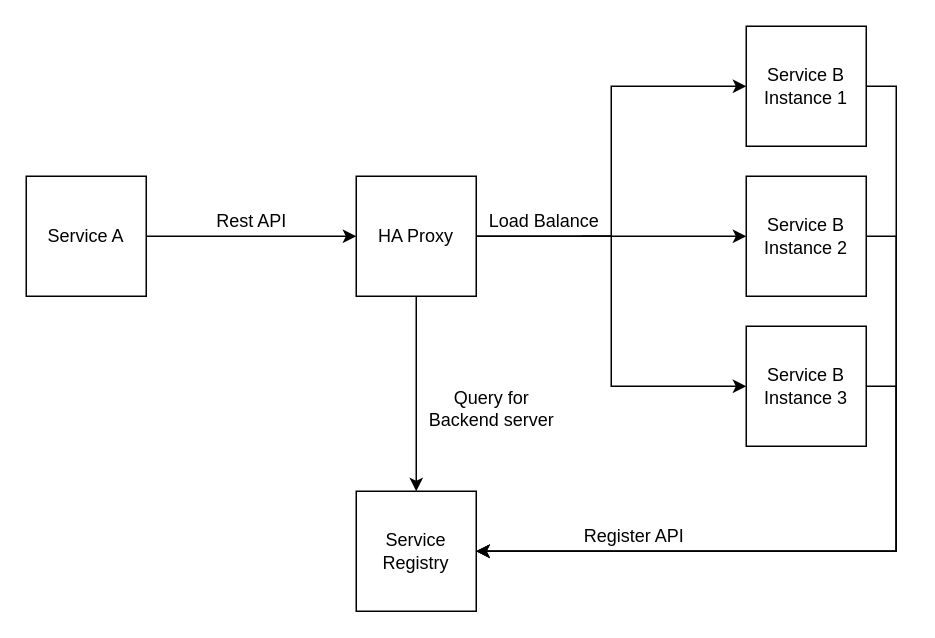
Before: Untitled Diagram.drawio in virendarkmr/diagram, a draw.io diagram. Source tidied: cells renumbered, new cells numbered last; positions are measured from the earlier drawing's top-left corner, leaving out a move shared by most shapes. Both pictures are drawn from the tidied source at 150%, with x=0, y=0 at pixel (26, 26).
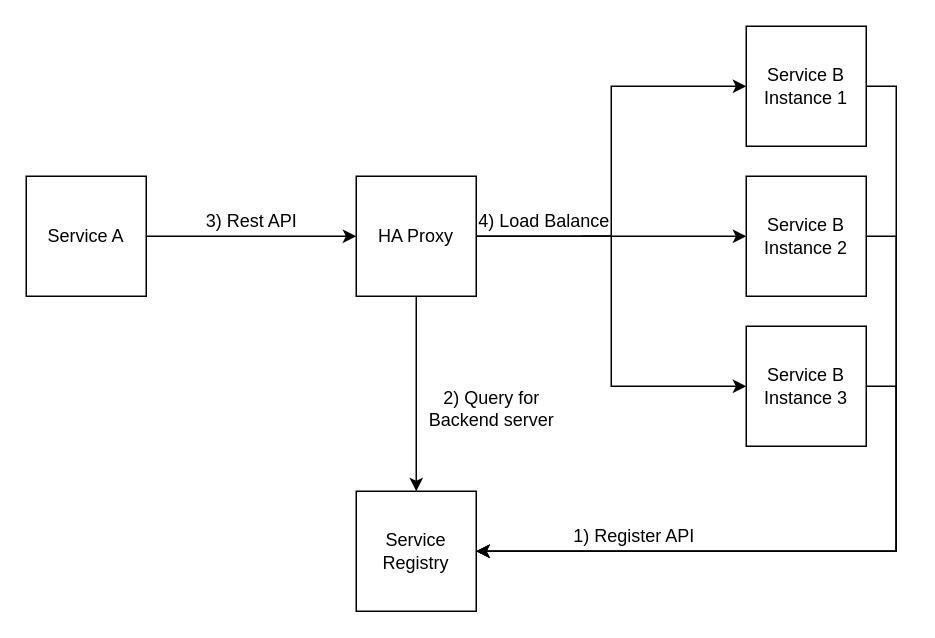
The same diagram, later.

Change to the diagram source:
```diff
@@
-    <mxCell id="15" value="Load Balance" style="text;html=1;align=center;verticalAlign=middle;" parent="1" vertex="1">
-      <mxGeometry x="300" y="120" width="90" height="20" as="geometry" />
+    <mxCell id="15" value="4) Load Balance" style="text;html=1;align=center;verticalAlign=middle;" parent="1" vertex="1">
+      <mxGeometry x="295" y="120" width="100" height="20" as="geometry" />
     </mxCell>
@@
-    <mxCell id="17" value="Rest API" style="text;html=1;align=center;verticalAlign=middle;" parent="1" vertex="1">
-      <mxGeometry x="120" y="120" width="60" height="20" as="geometry" />
+    <mxCell id="17" value="3) Rest API" style="text;html=1;align=center;verticalAlign=middle;" parent="1" vertex="1">
+      <mxGeometry x="110" y="120" width="80" height="20" as="geometry" />
     </mxCell>
-    <mxCell id="18" value="Query for &lt;br&gt;Backend server" style="text;html=1;align=center;verticalAlign=middle;" parent="1" vertex="1">
+    <mxCell id="18" value="2) Query for &lt;br&gt;Backend server" style="text;html=1;align=center;verticalAlign=middle;" parent="1" vertex="1">
       <mxGeometry x="260" y="240" width="100" height="30" as="geometry" />
     </mxCell>
-    <mxCell id="19" value="Register API" style="text;html=1;align=center;verticalAlign=middle;" parent="1" vertex="1">
-      <mxGeometry x="365" y="330" width="80" height="20" as="geometry" />
+    <mxCell id="19" value="1) Register API" style="text;html=1;align=center;verticalAlign=middle;" parent="1" vertex="1">
+      <mxGeometry x="355" y="330" width="100" height="20" as="geometry" />
     </mxCell>
```
